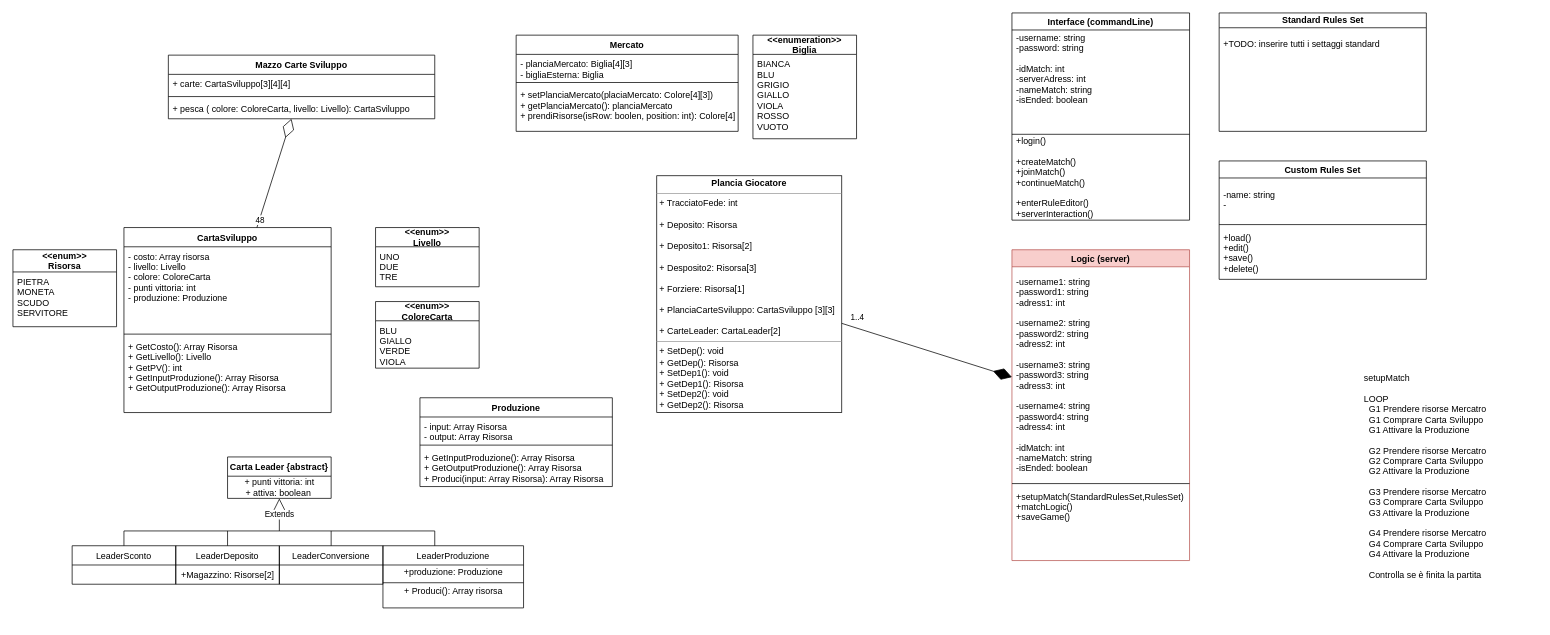
DavideLancini/ing-sw-2021-Lancini-Gilli-Frigerio keeps this draw.io diagram as Untitled Diagram.drawio. Above is the earlier version. Source tidied: cells renumbered, new cells numbered last; positions are measured from the earlier drawing's top-left corner, leaving out a move shared by most shapes. Both pictures are drawn from the tidied source at 74%, with x=0, y=0 at pixel (13, 13).
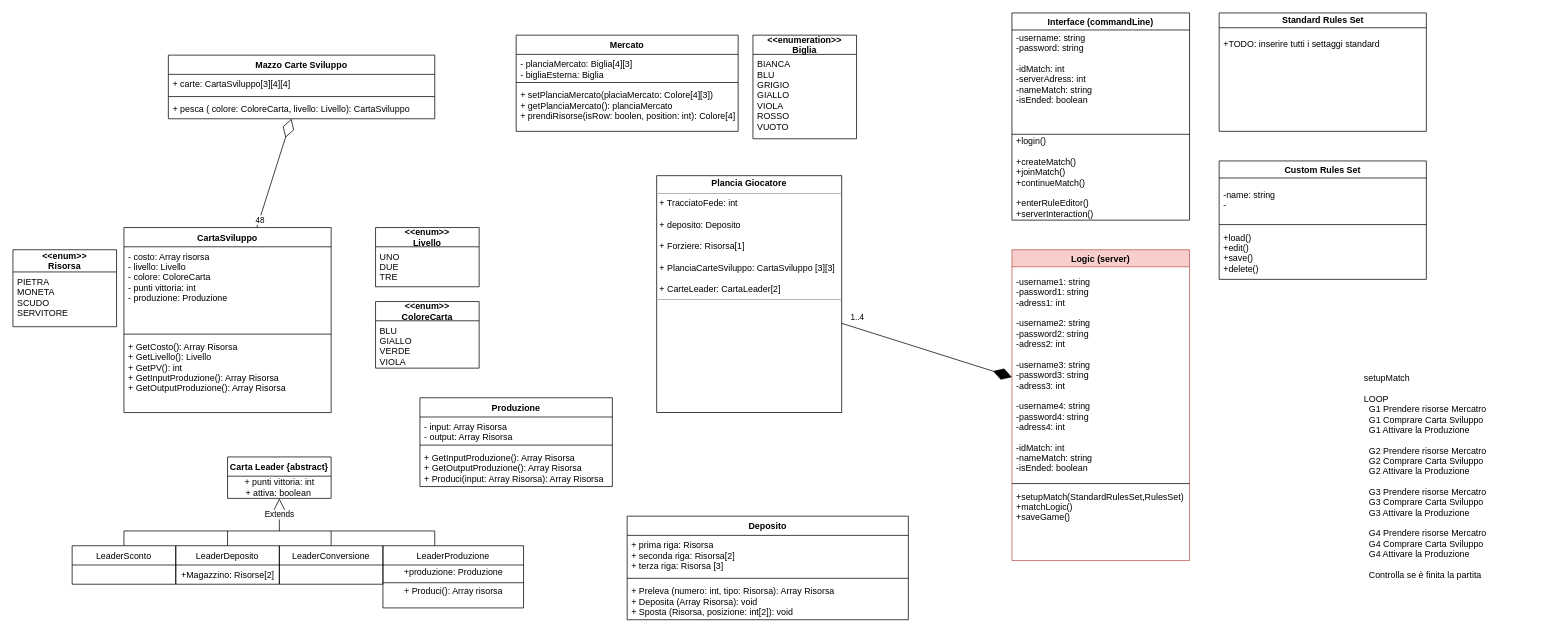
Above is the later version.

The edit, as a diff of the source:
```diff
@@
-    <mxCell id="6" value="&lt;p style=&quot;margin: 0px ; margin-top: 4px ; text-align: center&quot;&gt;&lt;b&gt;Plancia Giocatore&lt;/b&gt;&lt;/p&gt;&lt;hr size=&quot;1&quot;&gt;&lt;p style=&quot;margin: 0px ; margin-left: 4px&quot;&gt;+ TracciatoFede: int&lt;/p&gt;&lt;p style=&quot;margin: 0px ; margin-left: 4px&quot;&gt;&lt;br&gt;&lt;/p&gt;&lt;p style=&quot;margin: 0px ; margin-left: 4px&quot;&gt;+ Deposito: Risorsa&lt;/p&gt;&lt;p style=&quot;margin: 0px ; margin-left: 4px&quot;&gt;&lt;br&gt;&lt;/p&gt;&lt;p style=&quot;margin: 0px ; margin-left: 4px&quot;&gt;+ Deposito1: Risorsa[2]&lt;/p&gt;&lt;p style=&quot;margin: 0px ; margin-left: 4px&quot;&gt;&lt;br&gt;&lt;/p&gt;&lt;p style=&quot;margin: 0px ; margin-left: 4px&quot;&gt;+ Desposito2: Risorsa[3]&lt;/p&gt;&lt;p style=&quot;margin: 0px ; margin-left: 4px&quot;&gt;&lt;br&gt;&lt;/p&gt;&lt;p style=&quot;margin: 0px ; margin-left: 4px&quot;&gt;+ Forziere: Risorsa[1]&lt;/p&gt;&lt;p style=&quot;margin: 0px ; margin-left: 4px&quot;&gt;&lt;br&gt;&lt;/p&gt;&lt;p style=&quot;margin: 0px ; margin-left: 4px&quot;&gt;+ PlanciaCarteSviluppo: CartaSviluppo [3][3]&lt;/p&gt;&lt;p style=&quot;margin: 0px ; margin-left: 4px&quot;&gt;&lt;br&gt;&lt;/p&gt;&lt;p style=&quot;margin: 0px ; margin-left: 4px&quot;&gt;+ CarteLeader: CartaLeader[2]&lt;/p&gt;&lt;hr size=&quot;1&quot;&gt;&lt;p style=&quot;margin: 0px ; margin-left: 4px&quot;&gt;+ SetDep(): void&lt;/p&gt;&lt;p style=&quot;margin: 0px ; margin-left: 4px&quot;&gt;+ GetDep(): Risorsa&lt;/p&gt;&lt;p style=&quot;margin: 0px 0px 0px 4px&quot;&gt;+ SetDep1(): void&lt;/p&gt;&lt;p style=&quot;margin: 0px 0px 0px 4px&quot;&gt;+ GetDep1(): Risorsa&lt;/p&gt;&lt;p style=&quot;margin: 0px 0px 0px 4px&quot;&gt;+ SetDep2(): void&lt;/p&gt;&lt;p style=&quot;margin: 0px 0px 0px 4px&quot;&gt;+ GetDep2(): Risorsa&lt;/p&gt;" style="verticalAlign=top;align=left;overflow=fill;fontSize=12;fontFamily=Helvetica;html=1;" parent="1" vertex="1">
+    <mxCell id="6" value="&lt;p style=&quot;margin: 0px ; margin-top: 4px ; text-align: center&quot;&gt;&lt;b&gt;Plancia Giocatore&lt;/b&gt;&lt;/p&gt;&lt;hr size=&quot;1&quot;&gt;&lt;p style=&quot;margin: 0px ; margin-left: 4px&quot;&gt;+ TracciatoFede: int&lt;/p&gt;&lt;p style=&quot;margin: 0px ; margin-left: 4px&quot;&gt;&lt;br&gt;&lt;/p&gt;&lt;p style=&quot;margin: 0px ; margin-left: 4px&quot;&gt;+ deposito: Deposito&lt;/p&gt;&lt;p style=&quot;margin: 0px ; margin-left: 4px&quot;&gt;&lt;br&gt;&lt;/p&gt;&lt;p style=&quot;margin: 0px ; margin-left: 4px&quot;&gt;+ Forziere: Risorsa[1]&lt;/p&gt;&lt;p style=&quot;margin: 0px ; margin-left: 4px&quot;&gt;&lt;br&gt;&lt;/p&gt;&lt;p style=&quot;margin: 0px ; margin-left: 4px&quot;&gt;+ PlanciaCarteSviluppo: CartaSviluppo [3][3]&lt;/p&gt;&lt;p style=&quot;margin: 0px ; margin-left: 4px&quot;&gt;&lt;br&gt;&lt;/p&gt;&lt;p style=&quot;margin: 0px ; margin-left: 4px&quot;&gt;+ CarteLeader: CartaLeader[2]&lt;/p&gt;&lt;hr size=&quot;1&quot;&gt;&lt;p style=&quot;margin: 0px ; margin-left: 4px&quot;&gt;&lt;br&gt;&lt;/p&gt;" style="verticalAlign=top;align=left;overflow=fill;fontSize=12;fontFamily=Helvetica;html=1;" parent="1" vertex="1">
       <mxGeometry x="870" y="220" width="250" height="320" as="geometry" />
     </mxCell>
@@
+    <mxCell id="62" value="Deposito" style="swimlane;fontStyle=1;align=center;verticalAlign=top;horizontal=1;startSize=26;" parent="1" vertex="1">
+      <mxGeometry x="830" y="680" width="380" height="140" as="geometry" />
+    </mxCell>
+    <mxCell id="63" value="+ prima riga: Risorsa&#10;+ seconda riga: Risorsa[2]&#10;+ terza riga: Risorsa [3]" style="text;strokeColor=none;fillColor=none;align=left;verticalAlign=top;spacingLeft=4;spacingRight=4;overflow=hidden;" parent="62" vertex="1">
+      <mxGeometry y="26" width="380" height="54" as="geometry" />
+    </mxCell>
+    <mxCell id="64" style="line;strokeWidth=1;fillColor=none;align=left;verticalAlign=middle;spacingTop=-1;spacingLeft=3;spacingRight=3;labelPosition=right;" parent="62" vertex="1">
+      <mxGeometry y="80" width="380" height="8" as="geometry" />
+    </mxCell>
+    <mxCell id="65" value="+ Preleva (numero: int, tipo: Risorsa): Array Risorsa&#10;+ Deposita (Array Risorsa): void&#10;+ Sposta (Risorsa, posizione: int[2]): void" style="text;strokeColor=none;fillColor=none;align=left;verticalAlign=top;spacingLeft=4;spacingRight=4;overflow=hidden;" parent="62" vertex="1">
+      <mxGeometry y="88" width="380" height="52" as="geometry" />
+    </mxCell>
```
